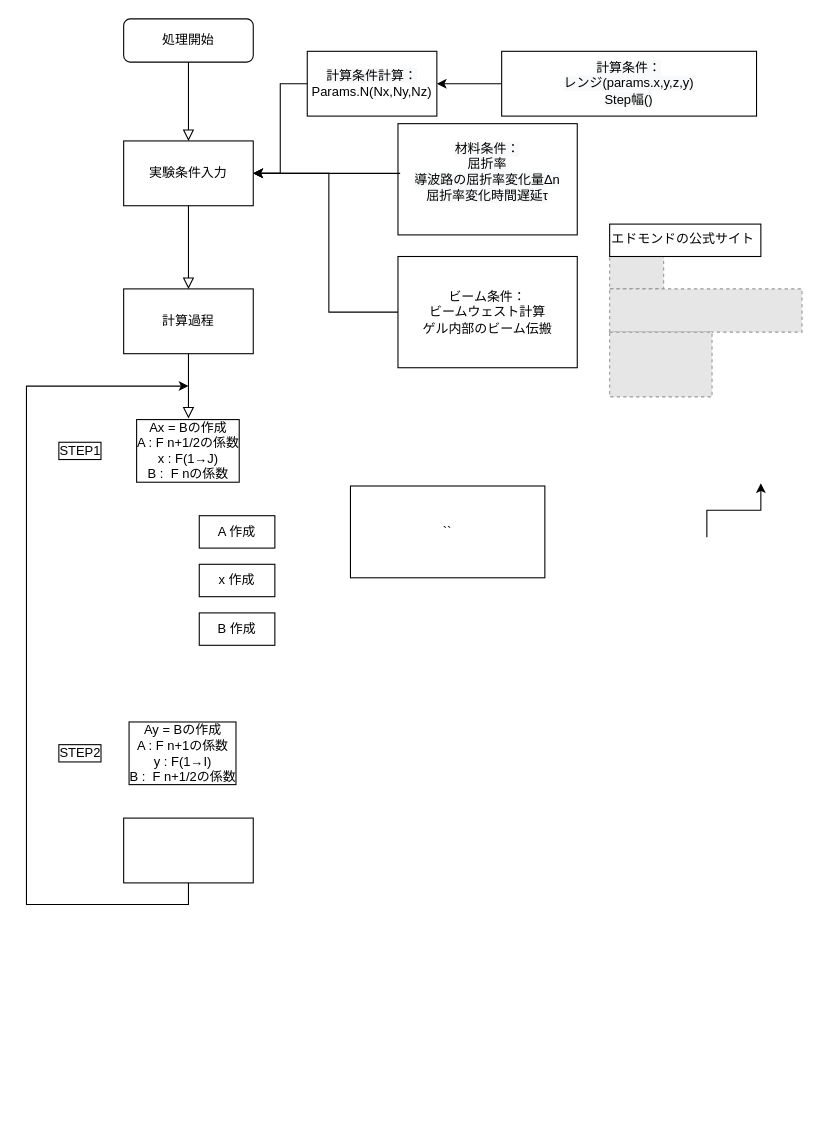
ktoyoda/3D_BeamPropagateMethod keeps this draw.io diagram as 3D_FD_ADI_BPM.drawio. Above is the earlier version. Source tidied: cells renumbered, new cells numbered last; positions are measured from the earlier drawing's top-left corner, leaving out a move shared by most shapes. Both pictures are drawn from the tidied source at 108%, with x=0, y=0 at pixel (26, 18). Pictures stored in the file or linked from it are replaced by grey dashed boxes.
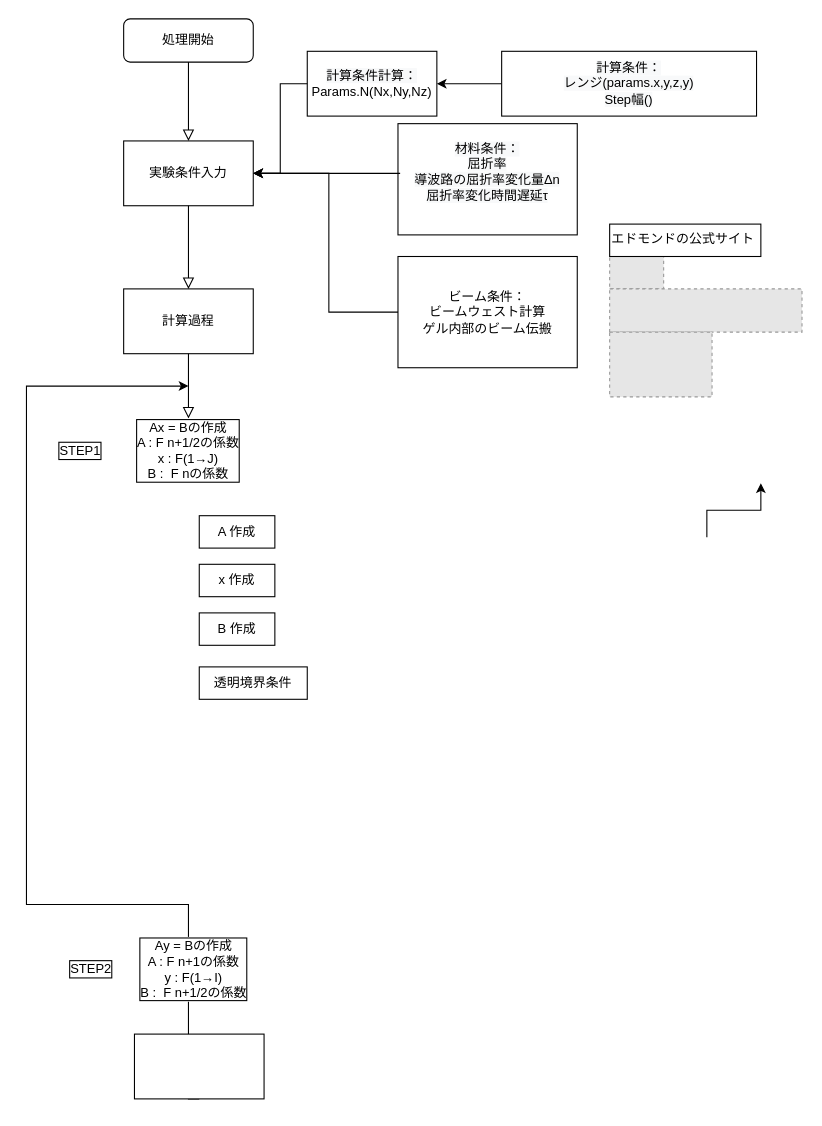
Above is the later version.

The edit, as a diff of the source:
```diff
@@
-    <mxCell id="20" value="Ax = Bの作成&lt;br&gt;A : F n+1/2の係数&lt;br&gt;x : F(1→J)&lt;br&gt;B :&amp;nbsp; F nの係数" style="rounded=0;whiteSpace=wrap;html=1;labelBorderColor=#000000;strokeColor=none;fillColor=none;" parent="1" vertex="1">
+    <mxCell id="20" value="Ax = Bの作成&lt;br&gt;A : F n+1/2の係数&lt;br&gt;x : F(1→J)&lt;br&gt;B :&amp;nbsp; F nの係数" style="rounded=0;whiteSpace=wrap;html=1;labelBorderColor=#000000;strokeColor=none;" parent="1" vertex="1">
       <mxGeometry x="100" y="370" width="100" height="60" as="geometry" />
     </mxCell>
@@
     <mxCell id="24" style="rounded=0;whiteSpace=wrap;html=1;labelBorderColor=#000000;strokeColor=default;" parent="1" vertex="1">
-      <mxGeometry x="90" y="740" width="120" height="60" as="geometry" />
+      <mxGeometry x="100" y="940" width="120" height="60" as="geometry" />
     </mxCell>
     <mxCell id="25" value="STEP2" style="text;html=1;strokeColor=none;fillColor=none;align=center;verticalAlign=middle;whiteSpace=wrap;rounded=0;labelBorderColor=#000000;" parent="1" vertex="1">
-      <mxGeometry x="20" y="665" width="60" height="30" as="geometry" />
+      <mxGeometry x="30" y="865" width="60" height="30" as="geometry" />
     </mxCell>
@@
-    <mxCell id="27" value="Ay = Bの作成&lt;br&gt;A : F n+1の係数&lt;br&gt;y : F(1→I)&lt;br&gt;B :&amp;nbsp; F n+1/2の係数" style="rounded=0;whiteSpace=wrap;html=1;labelBorderColor=#000000;strokeColor=none;fillColor=none;" parent="1" vertex="1">
-      <mxGeometry x="90" y="650" width="110" height="60" as="geometry" />
+    <mxCell id="27" value="Ay = Bの作成&lt;br&gt;A : F n+1の係数&lt;br&gt;y : F(1→I)&lt;br&gt;B :&amp;nbsp; F n+1/2の係数" style="rounded=0;whiteSpace=wrap;html=1;labelBorderColor=#000000;strokeColor=none;" parent="1" vertex="1">
+      <mxGeometry x="100" y="850" width="110" height="60" as="geometry" />
     </mxCell>
@@
-    <mxCell id="30" value="``" style="rounded=0;whiteSpace=wrap;html=1;labelBorderColor=none;strokeColor=default;fillColor=default;gradientColor=none;" parent="1" vertex="1">
-      <mxGeometry x="300" y="432.5" width="180" height="85" as="geometry" />
-    </mxCell>
+    <mxCell id="31" value="透明境界条件" style="rounded=0;whiteSpace=wrap;html=1;labelBorderColor=none;strokeColor=default;fillColor=default;" parent="1" vertex="1">
+      <mxGeometry x="160" y="600" width="100" height="30" as="geometry" />
+    </mxCell>
```
